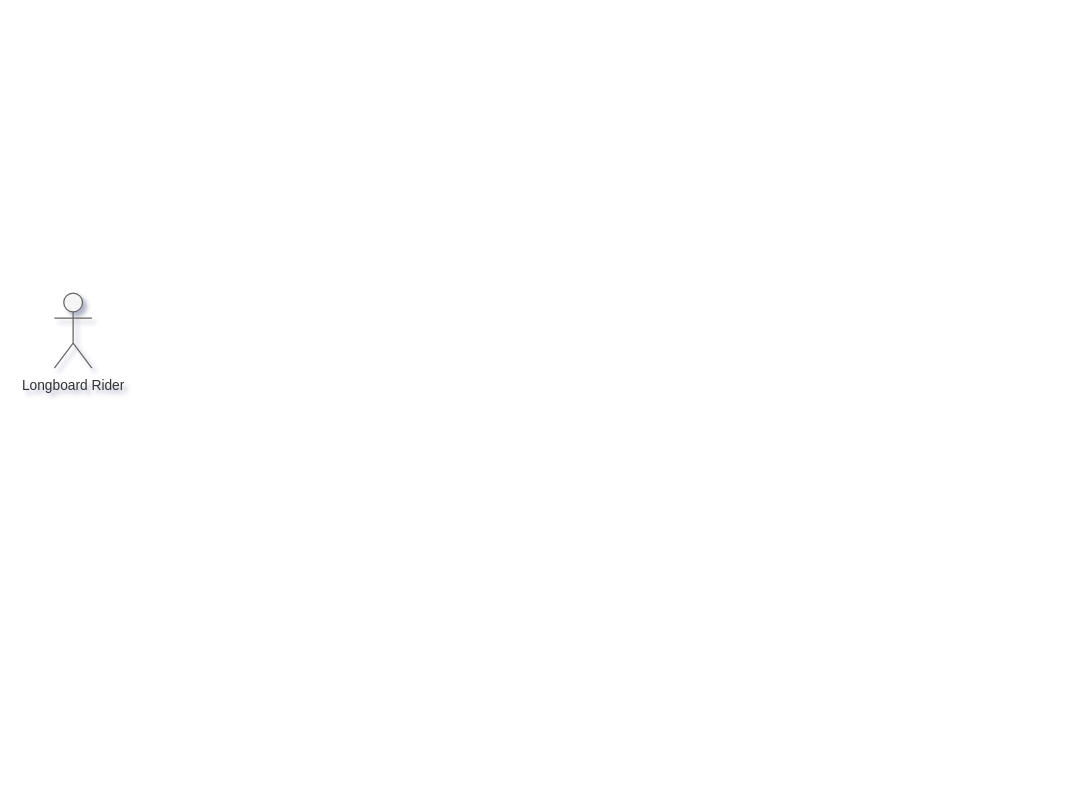
bobacktech/bionic-boarder keeps this draw.io diagram as diagrams/SRS Functional Requirements Rider Use Case Diagram.drawio. Above is the earlier version. Source tidied: cells renumbered, new cells numbered last; positions are measured from the earlier drawing's top-left corner, leaving out a move shared by most shapes. Both pictures are drawn from the tidied source at 125%, with x=0, y=0 at pixel (54, 292).
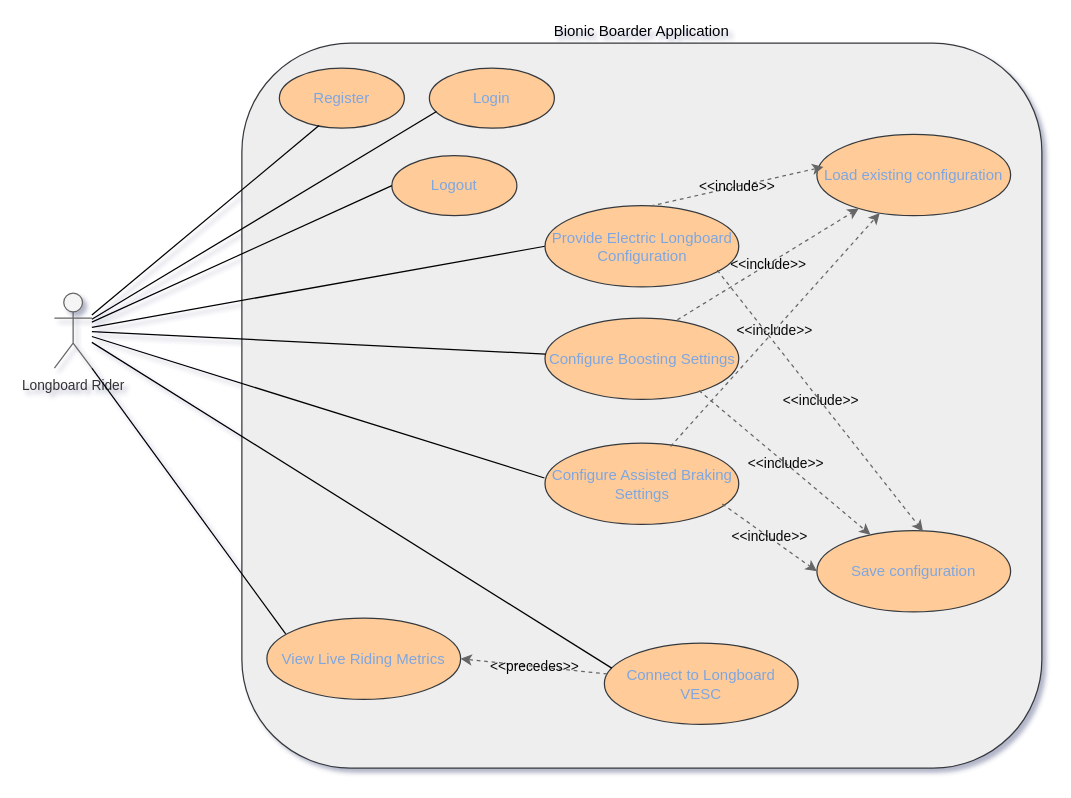
Above is the later version.

Commit message:
BB-53: Added some initial ideas for this use case diagram.

The change refers to these unchanged cells:
```xml
<mxCell id="4" value="&lt;div&gt;&lt;font style=&quot;font-size: 11px;&quot;&gt;Longboard Rider&lt;/font&gt;&lt;/div&gt;" style="shape=umlActor;verticalLabelPosition=bottom;verticalAlign=top;html=1;outlineConnect=0;strokeColor=#666666;align=center;fontFamily=Helvetica;fontSize=12;fontColor=#333333;labelBackgroundColor=none;fillColor=#f5f5f5;horizontal=1;textShadow=0;" parent="1" vertex="1">
  <mxGeometry width="30" height="60" as="geometry" />
</mxCell>
```

What changed in the source:
```diff
@@
     <mxCell id="2" value="Specimen and collection" style="edgeStyle=orthogonalEdgeStyle;endArrow=block;html=1;" parent="1" edge="1">
       <mxGeometry relative="1" as="geometry">
-        <mxPoint x="365" y="260" as="targetPoint" />
+        <mxPoint x="680" y="-60" as="targetPoint" />
       </mxGeometry>
     </mxCell>
     <mxCell id="3" value="report delivery offline" style="edgeStyle=orthogonalEdgeStyle;endArrow=block;html=1;" parent="1" edge="1">
       <mxGeometry relative="1" as="geometry">
-        <mxPoint x="315" y="290" as="sourcePoint" />
+        <mxPoint x="630" y="-30" as="sourcePoint" />
       </mxGeometry>
     </mxCell>
@@
+    <mxCell id="5" value="&lt;font style=&quot;color: rgb(0, 0, 0);&quot;&gt;Bionic Boarder Application&lt;/font&gt;" style="rounded=1;whiteSpace=wrap;html=1;labelPosition=center;verticalLabelPosition=top;align=center;verticalAlign=bottom;fillColor=#eeeeee;strokeColor=#36393d;" parent="1" vertex="1">
+      <mxGeometry x="150" y="-200" width="640" height="580" as="geometry" />
+    </mxCell>
+    <mxCell id="6" style="rounded=0;jettySize=auto;html=1;entryX=0;entryY=0.5;entryDx=0;entryDy=0;strokeColor=#000000;endArrow=none;startFill=0;shadow=0;jumpStyle=none;" parent="1" edge="1" source="4" target="7">
+      <mxGeometry relative="1" as="geometry" />
+    </mxCell>
+    <mxCell id="7" value="Provide Electric Longboard Configuration" style="ellipse;whiteSpace=wrap;html=1;fillColor=#ffcc99;strokeColor=#36393d;fontColor=#7EA6E0;" parent="1" vertex="1">
+      <mxGeometry x="392.5" y="-70" width="155" height="65" as="geometry" />
+    </mxCell>
+    <mxCell id="8" value="Configure Boosting Settings" style="ellipse;whiteSpace=wrap;html=1;fillColor=#ffcc99;strokeColor=#36393d;fontColor=#7EA6E0;" parent="1" vertex="1">
+      <mxGeometry x="392.5" y="20" width="155" height="65" as="geometry" />
+    </mxCell>
+    <mxCell id="9" value="Configure Assisted Braking Settings" style="ellipse;whiteSpace=wrap;html=1;fillColor=#ffcc99;strokeColor=#36393d;fontColor=#7EA6E0;" parent="1" vertex="1">
+      <mxGeometry x="392.5" y="120" width="155" height="65" as="geometry" />
+    </mxCell>
+    <mxCell id="10" style="rounded=0;jettySize=auto;html=1;strokeColor=#000000;endArrow=none;startFill=0;shadow=0;jumpStyle=none;entryX=-0.003;entryY=0.429;entryDx=0;entryDy=0;entryPerimeter=0;" parent="1" edge="1" source="4" target="9">
+      <mxGeometry relative="1" as="geometry" />
+    </mxCell>
+    <mxCell id="11" style="rounded=0;jettySize=auto;html=1;strokeColor=#000000;endArrow=none;startFill=0;shadow=0;jumpStyle=none;" parent="1" edge="1" source="4" target="8">
+      <mxGeometry relative="1" as="geometry" />
+    </mxCell>
+    <mxCell id="12" value="Register" style="ellipse;whiteSpace=wrap;html=1;fillColor=#ffcc99;strokeColor=#36393d;fontColor=#7EA6E0;" parent="1" vertex="1">
+      <mxGeometry x="180" y="-180" width="100" height="48" as="geometry" />
+    </mxCell>
+    <mxCell id="13" value="Login" style="ellipse;whiteSpace=wrap;html=1;fillColor=#ffcc99;strokeColor=#36393d;fontColor=#7EA6E0;" parent="1" vertex="1">
+      <mxGeometry x="300" y="-180" width="100" height="48" as="geometry" />
+    </mxCell>
+    <mxCell id="14" value="Logout" style="ellipse;whiteSpace=wrap;html=1;fillColor=#ffcc99;strokeColor=#36393d;fontColor=#7EA6E0;" parent="1" vertex="1">
+      <mxGeometry x="270" y="-110" width="100" height="48" as="geometry" />
+    </mxCell>
+    <mxCell id="15" value="Load existing configuration" style="ellipse;whiteSpace=wrap;html=1;fillColor=#ffcc99;strokeColor=#36393d;fontColor=#7EA6E0;" parent="1" vertex="1">
+      <mxGeometry x="610" y="-127" width="155" height="65" as="geometry" />
+    </mxCell>
+    <mxCell id="16" value="&amp;lt;&amp;lt;include&amp;gt;&amp;gt;" style="endArrow=classic;html=1;rounded=0;entryX=0.034;entryY=0.4;entryDx=0;entryDy=0;entryPerimeter=0;exitX=0.545;exitY=0.005;exitDx=0;exitDy=0;exitPerimeter=0;fillColor=#f5f5f5;gradientColor=#b3b3b3;strokeColor=#666666;dashed=1;fontColor=#060606;align=center;labelBackgroundColor=none;" parent="1" edge="1" source="7" target="15">
+      <mxGeometry relative="1" as="geometry" />
+    </mxCell>
+    <mxCell id="17" value="&amp;lt;&amp;lt;include&amp;gt;&amp;gt;" style="endArrow=classic;html=1;rounded=0;exitX=0.683;exitY=0.021;exitDx=0;exitDy=0;exitPerimeter=0;fillColor=#f5f5f5;gradientColor=#b3b3b3;strokeColor=#666666;dashed=1;fontColor=#060606;align=center;labelBackgroundColor=none;" parent="1" edge="1" source="8" target="15">
+      <mxGeometry relative="1" as="geometry" />
+    </mxCell>
+    <mxCell id="18" value="&amp;lt;&amp;lt;include&amp;gt;&amp;gt;" style="endArrow=classic;html=1;rounded=0;exitX=0.648;exitY=0.041;exitDx=0;exitDy=0;exitPerimeter=0;fillColor=#f5f5f5;gradientColor=#b3b3b3;strokeColor=#666666;dashed=1;fontColor=#060606;align=center;labelBackgroundColor=none;" parent="1" edge="1" source="9" target="15">
+      <mxGeometry relative="1" as="geometry" />
+    </mxCell>
+    <mxCell id="19" style="rounded=0;jettySize=auto;html=1;strokeColor=#000000;endArrow=none;startFill=0;shadow=0;jumpStyle=none;entryX=0.317;entryY=0.958;entryDx=0;entryDy=0;entryPerimeter=0;" parent="1" edge="1" source="4" target="12">
+      <mxGeometry relative="1" as="geometry" />
+    </mxCell>
+    <mxCell id="20" style="rounded=0;jettySize=auto;html=1;strokeColor=#000000;endArrow=none;startFill=0;shadow=0;jumpStyle=none;entryX=0.057;entryY=0.722;entryDx=0;entryDy=0;entryPerimeter=0;" parent="1" edge="1" source="4" target="13">
+      <mxGeometry relative="1" as="geometry" />
+    </mxCell>
+    <mxCell id="21" style="rounded=0;jettySize=auto;html=1;strokeColor=#000000;endArrow=none;startFill=0;shadow=0;jumpStyle=none;entryX=0;entryY=0.5;entryDx=0;entryDy=0;" parent="1" edge="1" source="4" target="14">
+      <mxGeometry relative="1" as="geometry" />
+    </mxCell>
+    <mxCell id="22" value="Connect to Longboard VESC" style="ellipse;whiteSpace=wrap;html=1;fillColor=#ffcc99;strokeColor=#36393d;fontColor=#7EA6E0;" parent="1" vertex="1">
+      <mxGeometry x="440" y="280" width="155" height="65" as="geometry" />
+    </mxCell>
+    <mxCell id="23" style="rounded=0;jettySize=auto;html=1;strokeColor=#000000;endArrow=none;startFill=0;shadow=0;jumpStyle=none;entryX=0.038;entryY=0.308;entryDx=0;entryDy=0;entryPerimeter=0;" parent="1" edge="1" source="4" target="22">
+      <mxGeometry relative="1" as="geometry" />
+    </mxCell>
+    <mxCell id="24" value="View Live Riding Metrics" style="ellipse;whiteSpace=wrap;html=1;fillColor=#ffcc99;strokeColor=#36393d;fontColor=#7EA6E0;" parent="1" vertex="1">
+      <mxGeometry x="170" y="260" width="155" height="65" as="geometry" />
+    </mxCell>
+    <mxCell id="25" style="rounded=0;jettySize=auto;html=1;strokeColor=#000000;endArrow=none;startFill=0;shadow=0;jumpStyle=none;entryX=0.097;entryY=0.195;entryDx=0;entryDy=0;entryPerimeter=0;exitX=1;exitY=1;exitDx=0;exitDy=0;exitPerimeter=0;" parent="1" edge="1" source="4" target="24">
+      <mxGeometry relative="1" as="geometry" />
+    </mxCell>
+    <mxCell id="26" value="&amp;lt;&amp;lt;precedes&amp;gt;&amp;gt;" style="endArrow=classic;html=1;rounded=0;fillColor=#f5f5f5;gradientColor=#b3b3b3;strokeColor=#666666;dashed=1;fontColor=#060606;align=center;labelBackgroundColor=none;entryX=1;entryY=0.5;entryDx=0;entryDy=0;" parent="1" edge="1" source="22" target="24">
+      <mxGeometry relative="1" as="geometry" />
+    </mxCell>
+    <mxCell id="27" value="Save configuration" style="ellipse;whiteSpace=wrap;html=1;fillColor=#ffcc99;strokeColor=#36393d;fontColor=#7EA6E0;" parent="1" vertex="1">
+      <mxGeometry x="610" y="190" width="155" height="65" as="geometry" />
+    </mxCell>
+    <mxCell id="28" value="&amp;lt;&amp;lt;include&amp;gt;&amp;gt;" style="endArrow=classic;html=1;rounded=0;exitX=0.915;exitY=0.749;exitDx=0;exitDy=0;exitPerimeter=0;fillColor=#f5f5f5;gradientColor=#b3b3b3;strokeColor=#666666;dashed=1;fontColor=#060606;align=center;labelBackgroundColor=none;entryX=0;entryY=0.5;entryDx=0;entryDy=0;" parent="1" edge="1" source="9" target="27">
+      <mxGeometry relative="1" as="geometry" />
+    </mxCell>
+    <mxCell id="29" value="&amp;lt;&amp;lt;include&amp;gt;&amp;gt;" style="endArrow=classic;html=1;rounded=0;exitX=0.795;exitY=0.892;exitDx=0;exitDy=0;exitPerimeter=0;fillColor=#f5f5f5;gradientColor=#b3b3b3;strokeColor=#666666;dashed=1;fontColor=#060606;align=center;labelBackgroundColor=none;" parent="1" edge="1" source="8" target="27">
+      <mxGeometry relative="1" as="geometry" />
+    </mxCell>
+    <mxCell id="30" value="&amp;lt;&amp;lt;include&amp;gt;&amp;gt;" style="endArrow=classic;html=1;rounded=0;exitX=0.889;exitY=0.795;exitDx=0;exitDy=0;exitPerimeter=0;fillColor=#f5f5f5;gradientColor=#b3b3b3;strokeColor=#666666;dashed=1;fontColor=#060606;align=center;labelBackgroundColor=none;entryX=0.548;entryY=0.01;entryDx=0;entryDy=0;entryPerimeter=0;" parent="1" edge="1" source="7" target="27">
+      <mxGeometry relative="1" as="geometry" />
+    </mxCell>
```
